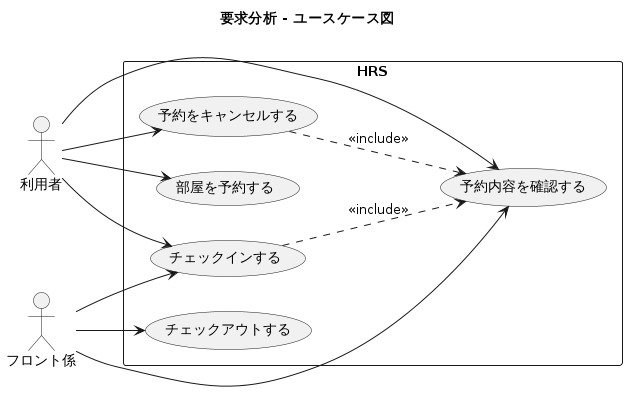
Above: docs/uml/images/usecase_diagram.png in doguto/waseda-hrs (PlantUML), before the change.
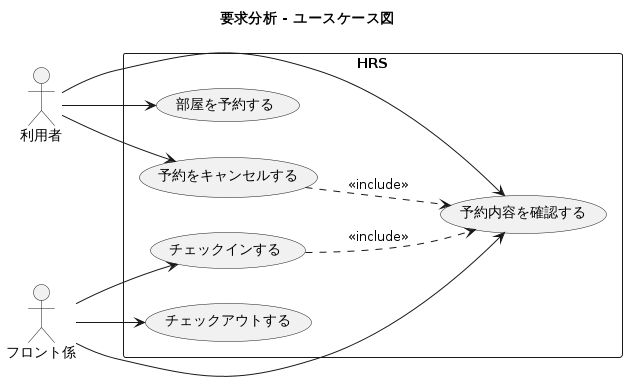
The same diagram one commit later.

Commit message:
docs(uml): UC2・UC3のアクタを「システムを操作する者」に統一

Diff of the diagram source:
```diff
@@ -17,7 +17,6 @@
 Guest --> UC1
 Guest --> UC4
 Guest --> UC5
-Guest --> UC2
 Staff --> UC2
 Staff --> UC3
 Staff --> UC4
```
